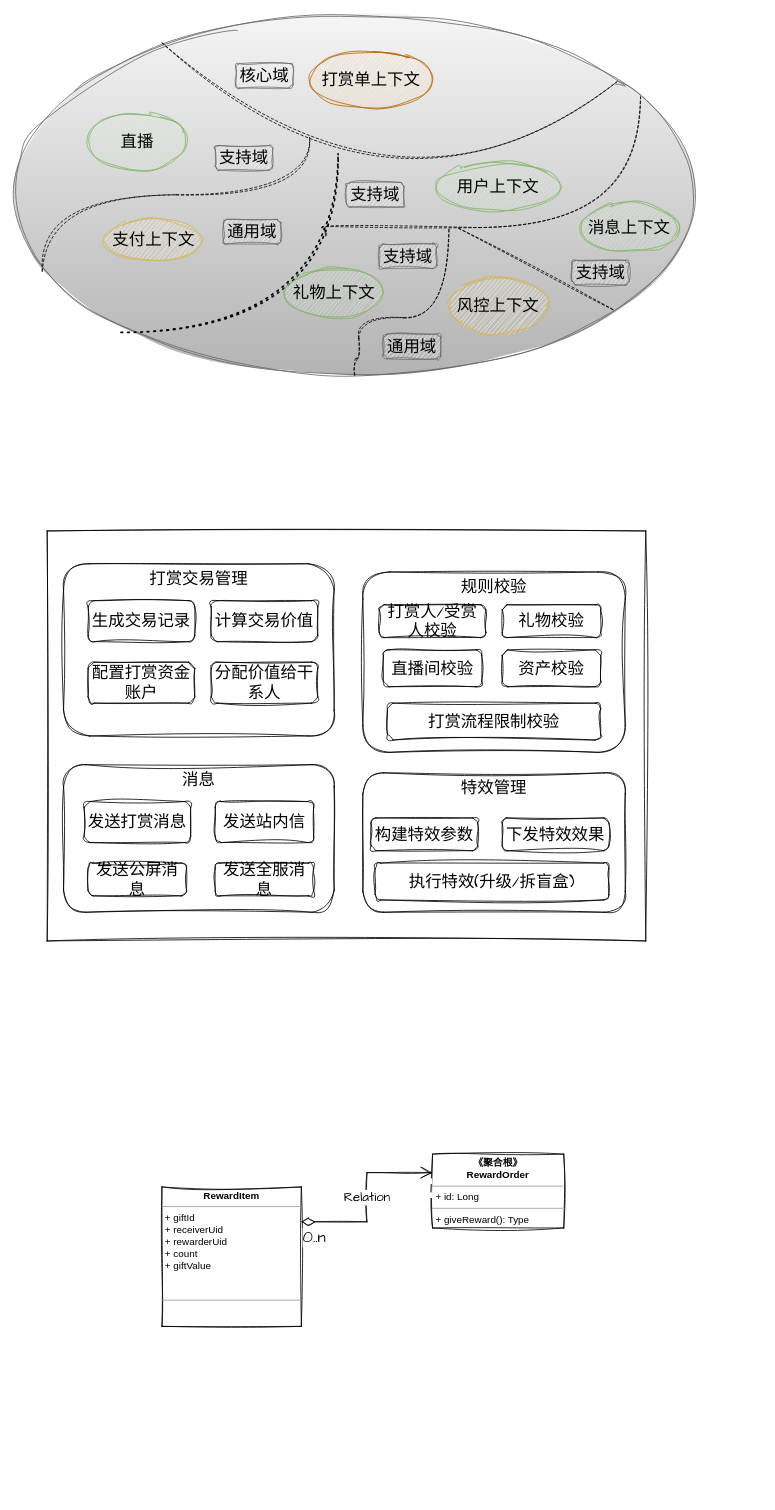
Before: 未命名绘图.drawio in seuzxc/book, a draw.io diagram. Source tidied: cells renumbered, new cells numbered last; positions are measured from the earlier drawing's top-left corner, leaving out a move shared by most shapes. Both pictures are drawn from the tidied source at 82%, with x=0, y=0 at pixel (14, 14).
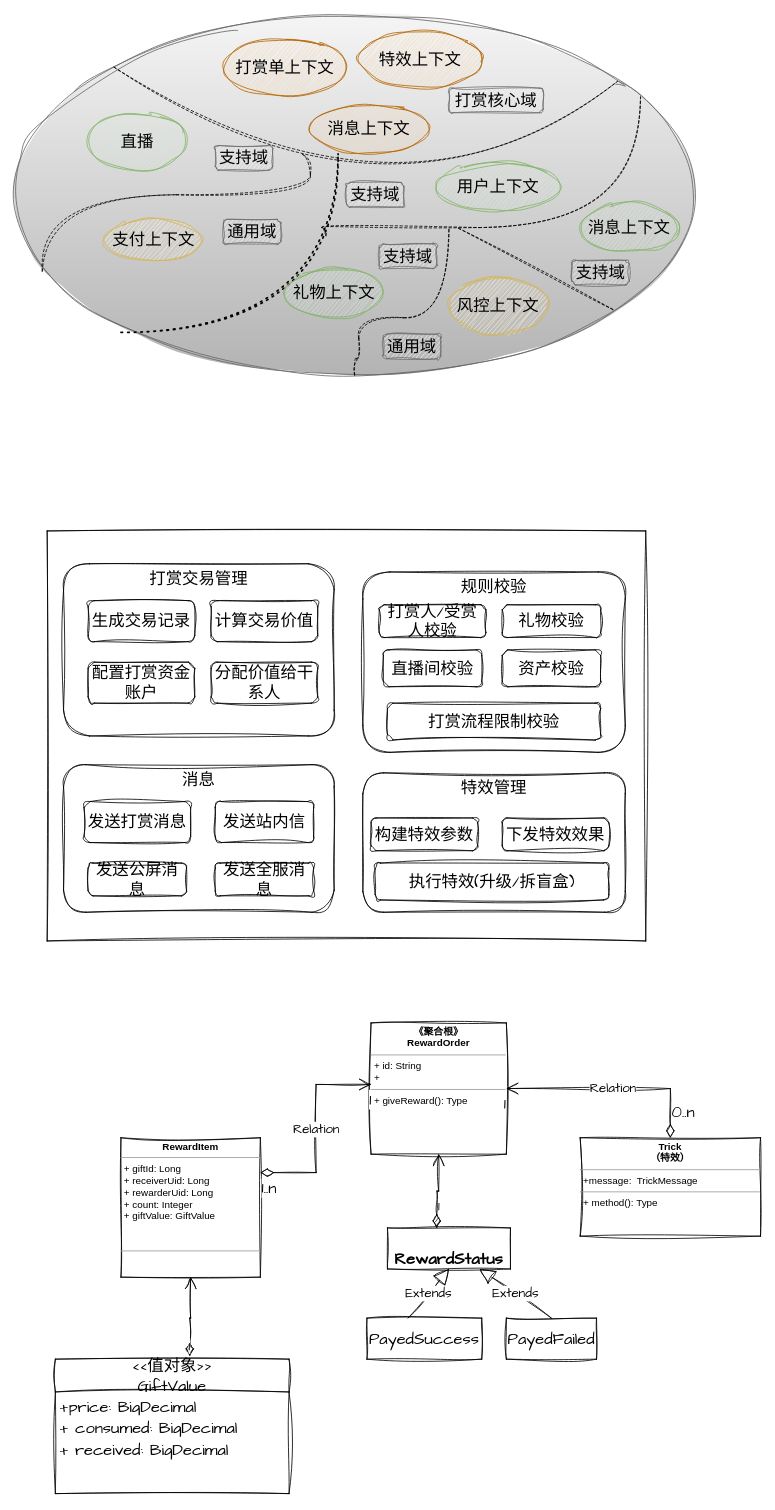
The same diagram, later.

Commit message:
更新未命名绘图.drawio

Unchanged cells that the change refers to:
```xml
<mxCell id="2" style="ellipse;whiteSpace=wrap;html=1;sketch=1;hachureGap=4;jiggle=2;curveFitting=1;fontFamily=Architects Daughter;fontSize=20;shadow=0;fillColor=#f5f5f5;gradientColor=#b3b3b3;strokeColor=#666666;" parent="1" vertex="1">
  <mxGeometry width="830" height="440" as="geometry" />
</mxCell>
```

What changed in the source:
```diff
@@
-    <mxCell id="3" style="endArrow=none;dashed=1;html=1;rounded=0;sketch=1;hachureGap=4;jiggle=2;curveFitting=1;fontFamily=Architects Daughter;fontSize=16;entryX=0.886;entryY=0.186;entryDx=0;entryDy=0;exitX=0.217;exitY=0.079;exitDx=0;exitDy=0;edgeStyle=orthogonalEdgeStyle;curved=1;exitPerimeter=0;entryPerimeter=0;" parent="1" edge="1" source="2" target="2">
+    <mxCell id="3" style="endArrow=none;dashed=1;html=1;rounded=0;sketch=1;hachureGap=4;jiggle=2;curveFitting=1;fontFamily=Architects Daughter;fontSize=16;entryX=0.886;entryY=0.186;entryDx=0;entryDy=0;exitX=0;exitY=0;exitDx=0;exitDy=0;edgeStyle=orthogonalEdgeStyle;curved=1;entryPerimeter=0;" parent="1" edge="1" source="2" target="2">
       <mxGeometry relative="1" as="geometry">
         <Array as="points">
           <mxPoint x="470" y="288" />
         </Array>
       </mxGeometry>
     </mxCell>
     <mxCell id="4" value="打赏单上下文" style="ellipse;whiteSpace=wrap;html=1;sketch=1;hachureGap=4;jiggle=2;curveFitting=1;fontFamily=Architects Daughter;fontSize=20;fillColor=#fad7ac;strokeColor=#b46504;" parent="1" vertex="1">
-      <mxGeometry x="360" y="45" width="150" height="70" as="geometry" />
+      <mxGeometry x="255" y="30" width="150" height="70" as="geometry" />
     </mxCell>
@@
     <mxCell id="6" style="endArrow=none;dashed=1;html=1;rounded=0;sketch=1;hachureGap=4;jiggle=2;curveFitting=1;fontFamily=Architects Daughter;fontSize=16;exitX=0.041;exitY=0.712;exitDx=0;exitDy=0;exitPerimeter=0;edgeStyle=orthogonalEdgeStyle;curved=1;" parent="1" edge="1" source="2">
       <mxGeometry relative="1" as="geometry">
-        <mxPoint x="360" y="150" as="targetPoint" />
+        <mxPoint x="350" y="170" as="targetPoint" />
         <Array as="points">
           <mxPoint x="34" y="220" />
           <mxPoint x="361" y="220" />
         </Array>
       </mxGeometry>
     </mxCell>
@@
-    <mxCell id="15" value="核心域" style="text;html=1;strokeColor=#666666;fillColor=#f5f5f5;align=center;verticalAlign=middle;whiteSpace=wrap;rounded=1;fontSize=20;fontFamily=Architects Daughter;gradientColor=none;glass=0;sketch=1;curveFitting=1;jiggle=2;shadow=0;dashed=1;dashPattern=1 1;" parent="1" vertex="1">
-      <mxGeometry x="270" y="60" width="70" height="30" as="geometry" />
+    <mxCell id="15" value="打赏核心域" style="text;html=1;strokeColor=#666666;fillColor=#f5f5f5;align=center;verticalAlign=middle;whiteSpace=wrap;rounded=1;fontSize=20;fontFamily=Architects Daughter;gradientColor=none;glass=0;sketch=1;curveFitting=1;jiggle=2;shadow=0;dashed=1;dashPattern=1 1;" parent="1" vertex="1">
+      <mxGeometry x="530" y="90" width="115" height="30" as="geometry" />
     </mxCell>
@@
-    <mxCell id="44" value="&lt;p style=&quot;margin:0px;margin-top:4px;text-align:center;&quot;&gt;&lt;b&gt;《聚合根》&lt;br&gt;RewardOrder&lt;/b&gt;&lt;/p&gt;&lt;hr size=&quot;1&quot;&gt;&lt;p style=&quot;margin:0px;margin-left:4px;&quot;&gt;+ id: Long&lt;/p&gt;&lt;hr size=&quot;1&quot;&gt;&lt;p style=&quot;margin:0px;margin-left:4px;&quot;&gt;+ giveReward(): Type&lt;/p&gt;" style="verticalAlign=top;align=left;overflow=fill;fontSize=12;fontFamily=Helvetica;html=1;whiteSpace=wrap;sketch=1;hachureGap=4;jiggle=2;curveFitting=1;" parent="1" vertex="1">
-      <mxGeometry x="510" y="1390" width="160" height="90" as="geometry" />
+    <mxCell id="44" value="&lt;p style=&quot;margin:0px;margin-top:4px;text-align:center;&quot;&gt;&lt;b&gt;《聚合根》&lt;br&gt;RewardOrder&lt;/b&gt;&lt;/p&gt;&lt;hr size=&quot;1&quot;&gt;&lt;p style=&quot;margin:0px;margin-left:4px;&quot;&gt;+ id: String&lt;br&gt;+&amp;nbsp;&lt;/p&gt;&lt;hr size=&quot;1&quot;&gt;&lt;p style=&quot;margin:0px;margin-left:4px;&quot;&gt;+ giveReward(): Type&lt;/p&gt;" style="verticalAlign=top;align=left;overflow=fill;fontSize=12;fontFamily=Helvetica;html=1;whiteSpace=wrap;sketch=1;hachureGap=4;jiggle=2;curveFitting=1;" parent="1" vertex="1">
+      <mxGeometry x="435" y="1230" width="165" height="160" as="geometry" />
     </mxCell>
-    <mxCell id="45" value="&lt;p style=&quot;margin:0px;margin-top:4px;text-align:center;&quot;&gt;&lt;b&gt;RewardItem&lt;/b&gt;&lt;/p&gt;&lt;hr size=&quot;1&quot;&gt;&lt;p style=&quot;margin:0px;margin-left:4px;&quot;&gt;+ giftId&lt;br&gt;+ receiverUid&lt;/p&gt;&lt;p style=&quot;margin:0px;margin-left:4px;&quot;&gt;+&amp;nbsp;rewarderUid&lt;/p&gt;&lt;p style=&quot;margin:0px;margin-left:4px;&quot;&gt;+ count&lt;/p&gt;&lt;p style=&quot;margin:0px;margin-left:4px;&quot;&gt;+ giftValue&lt;/p&gt;&lt;p style=&quot;margin:0px;margin-left:4px;&quot;&gt;&lt;br&gt;&lt;/p&gt;&lt;p style=&quot;margin:0px;margin-left:4px;&quot;&gt;&lt;br&gt;&lt;/p&gt;&lt;hr size=&quot;1&quot;&gt;&lt;p style=&quot;margin:0px;margin-left:4px;&quot;&gt;&lt;br&gt;&lt;/p&gt;" style="verticalAlign=top;align=left;overflow=fill;fontSize=12;fontFamily=Helvetica;html=1;whiteSpace=wrap;sketch=1;hachureGap=4;jiggle=2;curveFitting=1;" parent="1" vertex="1">
-      <mxGeometry x="180" y="1430" width="170" height="170" as="geometry" />
+    <mxCell id="45" value="&lt;p style=&quot;margin:0px;margin-top:4px;text-align:center;&quot;&gt;&lt;b&gt;RewardItem&lt;/b&gt;&lt;/p&gt;&lt;hr size=&quot;1&quot;&gt;&lt;p style=&quot;margin:0px;margin-left:4px;&quot;&gt;+ giftId: Long&lt;br&gt;+ receiverUid: Long&lt;/p&gt;&lt;p style=&quot;margin:0px;margin-left:4px;&quot;&gt;+&amp;nbsp;rewarderUid: Long&lt;/p&gt;&lt;p style=&quot;margin:0px;margin-left:4px;&quot;&gt;+ count: Integer&lt;/p&gt;&lt;p style=&quot;margin:0px;margin-left:4px;&quot;&gt;+ giftValue: GiftValue&lt;/p&gt;&lt;p style=&quot;margin:0px;margin-left:4px;&quot;&gt;&lt;br&gt;&lt;/p&gt;&lt;p style=&quot;margin:0px;margin-left:4px;&quot;&gt;&lt;br&gt;&lt;/p&gt;&lt;hr size=&quot;1&quot;&gt;&lt;p style=&quot;margin:0px;margin-left:4px;&quot;&gt;&lt;br&gt;&lt;/p&gt;" style="verticalAlign=top;align=left;overflow=fill;fontSize=12;fontFamily=Helvetica;html=1;whiteSpace=wrap;sketch=1;hachureGap=4;jiggle=2;curveFitting=1;" parent="1" vertex="1">
+      <mxGeometry x="130" y="1370" width="170" height="170" as="geometry" />
     </mxCell>
-    <mxCell id="46" value="Relation" style="endArrow=open;html=1;endSize=12;startArrow=diamondThin;startSize=14;startFill=0;edgeStyle=orthogonalEdgeStyle;rounded=0;sketch=1;hachureGap=4;jiggle=2;curveFitting=1;fontFamily=Architects Daughter;fontSize=16;entryX=0;entryY=0.25;entryDx=0;entryDy=0;exitX=1;exitY=0.25;exitDx=0;exitDy=0;" parent="1" edge="1" source="45" target="44">
-      <mxGeometry relative="1" as="geometry" />
+    <mxCell id="46" value="Relation" style="endArrow=open;html=1;endSize=12;startArrow=diamondThin;startSize=14;startFill=0;edgeStyle=orthogonalEdgeStyle;rounded=0;sketch=1;hachureGap=4;jiggle=2;curveFitting=1;fontFamily=Architects Daughter;fontSize=16;exitX=1;exitY=0.25;exitDx=0;exitDy=0;" parent="1" edge="1" source="45">
+      <mxGeometry relative="1" as="geometry">
+        <mxPoint x="435" y="1305" as="targetPoint" />
+        <Array as="points">
+          <mxPoint x="368" y="1413" />
+          <mxPoint x="368" y="1305" />
+          <mxPoint x="435" y="1305" />
+        </Array>
+      </mxGeometry>
     </mxCell>
-    <mxCell id="47" value="0..n" style="edgeLabel;html=1;align=left;verticalAlign=top;sketch=1;hachureGap=4;jiggle=2;curveFitting=1;fontFamily=Architects Daughter;fontSize=20;" parent="46" vertex="1">
+    <mxCell id="47" value="1..n" style="edgeLabel;html=1;align=left;verticalAlign=top;sketch=1;hachureGap=4;jiggle=2;curveFitting=1;fontFamily=Architects Daughter;fontSize=20;" parent="46" vertex="1">
       <mxGeometry x="-1" relative="1" as="geometry" />
     </mxCell>
@@
+    <mxCell id="49" value="1" style="endArrow=open;html=1;endSize=12;startArrow=diamondThin;startSize=14;startFill=1;edgeStyle=orthogonalEdgeStyle;align=left;verticalAlign=bottom;rounded=0;sketch=1;hachureGap=4;jiggle=2;curveFitting=1;fontFamily=Architects Daughter;fontSize=16;entryX=0.5;entryY=1;entryDx=0;entryDy=0;exitX=0.575;exitY=-0.024;exitDx=0;exitDy=0;exitPerimeter=0;" parent="1" edge="1" source="50" target="45">
+      <mxGeometry x="-1" y="3" relative="1" as="geometry" />
+    </mxCell>
+    <mxCell id="50" value="&amp;lt;&amp;lt;值对象&amp;gt;&amp;gt;&lt;br&gt;GiftValue" style="swimlane;fontStyle=0;horizontal=1;startSize=40;fillColor=none;whiteSpace=wrap;html=1;sketch=1;hachureGap=4;jiggle=2;curveFitting=1;fontFamily=Architects Daughter;fontSize=20;" parent="1" vertex="1">
+      <mxGeometry x="50" y="1640" width="285" height="164" as="geometry" />
+    </mxCell>
+    <mxCell id="51" value="+price: BigDecimal&amp;nbsp;" style="text;strokeColor=none;fillColor=none;align=left;verticalAlign=top;spacingLeft=4;spacingRight=4;overflow=hidden;whiteSpace=wrap;html=1;fontSize=20;fontFamily=Architects Daughter;" parent="50" vertex="1">
+      <mxGeometry y="40" width="285" height="26" as="geometry" />
+    </mxCell>
+    <mxCell id="52" value="+ consumed: BigDecimal" style="text;strokeColor=none;fillColor=none;align=left;verticalAlign=top;spacingLeft=4;spacingRight=4;overflow=hidden;whiteSpace=wrap;html=1;fontSize=20;fontFamily=Architects Daughter;" parent="50" vertex="1">
+      <mxGeometry y="66" width="285" height="26" as="geometry" />
+    </mxCell>
+    <mxCell id="53" value="+ received: BigDecimal" style="text;strokeColor=none;fillColor=none;align=left;verticalAlign=top;spacingLeft=4;spacingRight=4;overflow=hidden;whiteSpace=wrap;html=1;fontSize=20;fontFamily=Architects Daughter;" parent="50" vertex="1">
+      <mxGeometry y="92" width="285" height="72" as="geometry" />
+    </mxCell>
+    <mxCell id="54" value="1" style="endArrow=open;html=1;endSize=12;startArrow=diamondThin;startSize=14;startFill=1;edgeStyle=orthogonalEdgeStyle;align=left;verticalAlign=bottom;rounded=0;sketch=1;hachureGap=4;jiggle=2;curveFitting=1;fontFamily=Architects Daughter;fontSize=16;entryX=0.5;entryY=1;entryDx=0;entryDy=0;" parent="1" edge="1" target="44">
+      <mxGeometry x="-0.69" relative="1" as="geometry">
+        <mxPoint x="515" y="1480" as="sourcePoint" />
+      </mxGeometry>
+    </mxCell>
+    <mxCell id="55" value="&lt;br&gt;&lt;b&gt;RewardStatus&lt;/b&gt;" style="html=1;whiteSpace=wrap;sketch=1;hachureGap=4;jiggle=2;curveFitting=1;fontFamily=Architects Daughter;fontSize=20;" parent="1" vertex="1">
+      <mxGeometry x="455" y="1480" width="150" height="50" as="geometry" />
+    </mxCell>
+    <mxCell id="56" value="Extends" style="endArrow=block;endSize=16;endFill=0;html=1;rounded=0;sketch=1;hachureGap=4;jiggle=2;curveFitting=1;fontFamily=Architects Daughter;fontSize=16;entryX=0.5;entryY=1;entryDx=0;entryDy=0;" parent="1" edge="1" target="55">
+      <mxGeometry relative="1" as="geometry">
+        <mxPoint x="480" y="1590" as="sourcePoint" />
+      </mxGeometry>
+    </mxCell>
+    <mxCell id="57" value="PayedSuccess" style="html=1;whiteSpace=wrap;sketch=1;hachureGap=4;jiggle=2;curveFitting=1;fontFamily=Architects Daughter;fontSize=20;" parent="1" vertex="1">
+      <mxGeometry x="430" y="1590" width="140" height="50" as="geometry" />
+    </mxCell>
+    <mxCell id="58" value="PayedFailed" style="html=1;whiteSpace=wrap;sketch=1;hachureGap=4;jiggle=2;curveFitting=1;fontFamily=Architects Daughter;fontSize=20;" parent="1" vertex="1">
+      <mxGeometry x="600" y="1590" width="110" height="50" as="geometry" />
+    </mxCell>
+    <mxCell id="59" value="Extends" style="endArrow=block;endSize=16;endFill=0;html=1;rounded=0;sketch=1;hachureGap=4;jiggle=2;curveFitting=1;fontFamily=Architects Daughter;fontSize=16;exitX=0.5;exitY=0;exitDx=0;exitDy=0;entryX=0.75;entryY=1;entryDx=0;entryDy=0;" parent="1" edge="1" source="58" target="55">
+      <mxGeometry relative="1" as="geometry" />
+    </mxCell>
+    <mxCell id="60" value="&lt;p style=&quot;margin:0px;margin-top:4px;text-align:center;&quot;&gt;&lt;b&gt;Trick&lt;br&gt;（特效）&lt;/b&gt;&lt;/p&gt;&lt;hr size=&quot;1&quot;&gt;&lt;p style=&quot;margin:0px;margin-left:4px;&quot;&gt;+message:&amp;nbsp; TrickMessage&lt;/p&gt;&lt;hr size=&quot;1&quot;&gt;&lt;p style=&quot;margin:0px;margin-left:4px;&quot;&gt;+ method(): Type&lt;/p&gt;" style="verticalAlign=top;align=left;overflow=fill;fontSize=12;fontFamily=Helvetica;html=1;whiteSpace=wrap;sketch=1;hachureGap=4;jiggle=2;curveFitting=1;" parent="1" vertex="1">
+      <mxGeometry x="690" y="1370" width="220" height="120" as="geometry" />
+    </mxCell>
+    <mxCell id="61" value="Relation" style="endArrow=open;html=1;endSize=12;startArrow=diamondThin;startSize=14;startFill=0;edgeStyle=orthogonalEdgeStyle;rounded=0;sketch=1;hachureGap=4;jiggle=2;curveFitting=1;fontFamily=Architects Daughter;fontSize=16;entryX=1;entryY=0.5;entryDx=0;entryDy=0;exitX=0.5;exitY=0;exitDx=0;exitDy=0;" parent="1" edge="1" source="60" target="44">
+      <mxGeometry relative="1" as="geometry" />
+    </mxCell>
+    <mxCell id="62" value="0..n" style="edgeLabel;html=1;align=left;verticalAlign=top;sketch=1;hachureGap=4;jiggle=2;curveFitting=1;fontFamily=Architects Daughter;fontSize=20;" parent="61" vertex="1">
+      <mxGeometry x="-1" relative="1" as="geometry">
+        <mxPoint y="-50" as="offset" />
+      </mxGeometry>
+    </mxCell>
+    <mxCell id="63" value="1" style="edgeLabel;html=1;align=right;verticalAlign=top;sketch=1;hachureGap=4;jiggle=2;curveFitting=1;fontFamily=Architects Daughter;fontSize=20;" parent="61" vertex="1">
+      <mxGeometry x="1" relative="1" as="geometry" />
+    </mxCell>
+    <mxCell id="64" value="特效上下文" style="ellipse;whiteSpace=wrap;html=1;sketch=1;hachureGap=4;jiggle=2;curveFitting=1;fontFamily=Architects Daughter;fontSize=20;fillColor=#fad7ac;strokeColor=#b46504;" parent="1" vertex="1">
+      <mxGeometry x="420" y="20" width="150" height="70" as="geometry" />
+    </mxCell>
+    <mxCell id="65" value="消息上下文" style="ellipse;whiteSpace=wrap;html=1;sketch=1;hachureGap=4;jiggle=2;curveFitting=1;fontFamily=Architects Daughter;fontSize=20;fillColor=#fad7ac;strokeColor=#b46504;" parent="1" vertex="1">
+      <mxGeometry x="360" y="110" width="145" height="60" as="geometry" />
+    </mxCell>
```
